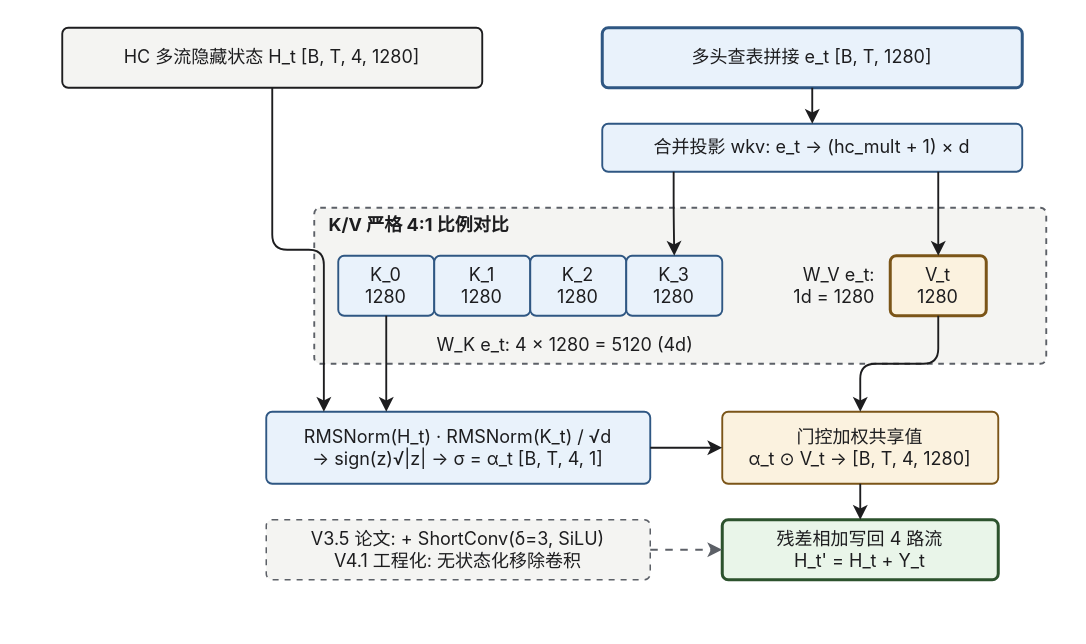
The draw.io diagram src/content/posts/deepseek/07-engram/diagrams/11-engram-layer.drawio in xingcanlee/infra-note, before the edit. Source tidied: cells renumbered, new cells numbered last; positions are measured from the earlier drawing's top-left corner, leaving out a move shared by most shapes. Both pictures are drawn from the tidied source at 150%, with x=0, y=0 at pixel (62, 27).
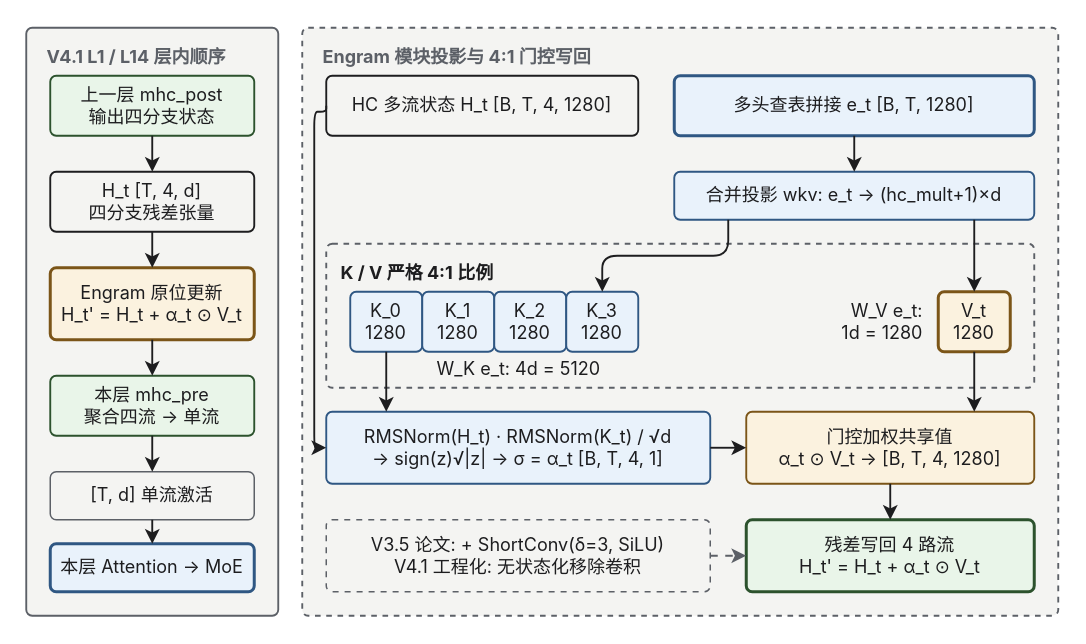
The same page after the edit.

Diff of the diagram source:
```diff
@@
+    <mxCell id="27" value="V4.1 L1 / L14 层内顺序" style="rounded=1;absoluteArcSize=1;arcSize=8;whiteSpace=wrap;html=1;fillColor=#f4f4f2;strokeColor=#5c6067;strokeWidth=1.25;verticalAlign=top;align=left;spacingLeft=12;spacingTop=6;fontFamily=Inter;fontSize=12;fontStyle=1;fontColor=#5c6067;" parent="1" vertex="1">
+      <mxGeometry x="-24" width="168" height="392" as="geometry" />
+    </mxCell>
+    <mxCell id="28" value="上一层 mhc_post&lt;br&gt;输出四分支状态" style="rounded=1;absoluteArcSize=1;arcSize=8;whiteSpace=wrap;html=1;fillColor=#e9f5e9;strokeColor=#2c522d;strokeWidth=1.25;align=center;verticalAlign=middle;spacing=4;fontFamily=Inter;fontSize=12;fontColor=#1d1d1f;" parent="1" vertex="1">
+      <mxGeometry x="-8" y="32" width="136" height="40" as="geometry" />
+    </mxCell>
+    <mxCell id="29" value="H_t [T, 4, d]&lt;br&gt;四分支残差张量" style="rounded=1;absoluteArcSize=1;arcSize=8;whiteSpace=wrap;html=1;fillColor=#f4f4f2;strokeColor=#1d1d1f;strokeWidth=1.25;align=center;verticalAlign=middle;spacing=4;fontFamily=Inter;fontSize=12;fontColor=#1d1d1f;" parent="1" vertex="1">
+      <mxGeometry x="-8" y="96" width="136" height="40" as="geometry" />
+    </mxCell>
+    <mxCell id="30" value="Engram 原位更新&lt;br&gt;H_t' = H_t + α_t ⊙ V_t" style="rounded=1;absoluteArcSize=1;arcSize=8;whiteSpace=wrap;html=1;fillColor=#fbf2df;strokeColor=#7b5518;strokeWidth=2;align=center;verticalAlign=middle;spacing=4;fontFamily=Inter;fontSize=12;fontColor=#1d1d1f;" parent="1" vertex="1">
+      <mxGeometry x="-8" y="160" width="136" height="48" as="geometry" />
+    </mxCell>
+    <mxCell id="31" value="本层 mhc_pre&lt;br&gt;聚合四流 → 单流" style="rounded=1;absoluteArcSize=1;arcSize=8;whiteSpace=wrap;html=1;fillColor=#e9f5e9;strokeColor=#2c522d;strokeWidth=1.25;align=center;verticalAlign=middle;spacing=4;fontFamily=Inter;fontSize=12;fontColor=#1d1d1f;" parent="1" vertex="1">
+      <mxGeometry x="-8" y="232" width="136" height="40" as="geometry" />
+    </mxCell>
+    <mxCell id="32" value="[T, d] 单流激活" style="rounded=1;absoluteArcSize=1;arcSize=8;whiteSpace=wrap;html=1;fillColor=#f4f4f2;strokeColor=#5c6067;strokeWidth=1;align=center;verticalAlign=middle;spacing=4;fontFamily=Inter;fontSize=12;fontColor=#1d1d1f;" parent="1" vertex="1">
+      <mxGeometry x="-8" y="296" width="136" height="32" as="geometry" />
+    </mxCell>
+    <mxCell id="33" value="本层 Attention → MoE" style="rounded=1;absoluteArcSize=1;arcSize=8;whiteSpace=wrap;html=1;fillColor=#e9f2fb;strokeColor=#2f5783;strokeWidth=2;align=center;verticalAlign=middle;spacing=4;fontFamily=Inter;fontSize=12;fontColor=#1d1d1f;" parent="1" vertex="1">
+      <mxGeometry x="-8" y="344" width="136" height="32" as="geometry" />
+    </mxCell>
+    <mxCell id="34" style="endArrow=classic;startArrow=none;html=1;strokeColor=#1d1d1f;strokeWidth=1.25;edgeStyle=orthogonalEdgeStyle;rounded=1;" parent="1" edge="1" source="28" target="29">
+      <mxGeometry relative="1" as="geometry" />
+    </mxCell>
+    <mxCell id="35" style="endArrow=classic;startArrow=none;html=1;strokeColor=#1d1d1f;strokeWidth=1.25;edgeStyle=orthogonalEdgeStyle;rounded=1;" parent="1" edge="1" source="29" target="30">
+      <mxGeometry relative="1" as="geometry" />
+    </mxCell>
+    <mxCell id="36" style="endArrow=classic;startArrow=none;html=1;strokeColor=#1d1d1f;strokeWidth=1.25;edgeStyle=orthogonalEdgeStyle;rounded=1;" parent="1" edge="1" source="30" target="31">
+      <mxGeometry relative="1" as="geometry" />
+    </mxCell>
+    <mxCell id="37" style="endArrow=classic;startArrow=none;html=1;strokeColor=#1d1d1f;strokeWidth=1.25;edgeStyle=orthogonalEdgeStyle;rounded=1;" parent="1" edge="1" source="31" target="32">
+      <mxGeometry relative="1" as="geometry" />
+    </mxCell>
+    <mxCell id="38" style="endArrow=classic;startArrow=none;html=1;strokeColor=#1d1d1f;strokeWidth=1.25;edgeStyle=orthogonalEdgeStyle;rounded=1;" parent="1" edge="1" source="32" target="33">
+      <mxGeometry relative="1" as="geometry" />
+    </mxCell>
+    <mxCell id="39" value="Engram 模块投影与 4:1 门控写回" style="rounded=1;absoluteArcSize=1;arcSize=8;whiteSpace=wrap;html=1;fillColor=#f4f4f2;strokeColor=#5c6067;strokeWidth=1.25;dashed=1;verticalAlign=top;align=left;spacingLeft=12;spacingTop=6;fontFamily=Inter;fontSize=12;fontStyle=1;fontColor=#5c6067;" parent="1" vertex="1">
+      <mxGeometry x="160" width="504" height="392" as="geometry" />
+    </mxCell>
-    <mxCell id="2" value="HC 多流隐藏状态 H_t [B, T, 4, 1280]" style="rounded=1;absoluteArcSize=1;arcSize=8;whiteSpace=wrap;html=1;fillColor=#f4f4f2;strokeColor=#1d1d1f;strokeWidth=1.25;align=center;verticalAlign=middle;spacing=4;fontFamily=Inter;fontSize=12;fontColor=#1d1d1f;" parent="1" vertex="1">
-      <mxGeometry width="280" height="40" as="geometry" />
+    <mxCell id="2" value="HC 多流状态 H_t [B, T, 4, 1280]" style="rounded=1;absoluteArcSize=1;arcSize=8;whiteSpace=wrap;html=1;fillColor=#f4f4f2;strokeColor=#1d1d1f;strokeWidth=1.25;align=center;verticalAlign=middle;spacing=4;fontFamily=Inter;fontSize=12;fontColor=#1d1d1f;" parent="1" vertex="1">
+      <mxGeometry x="176" y="32" width="208" height="40" as="geometry" />
     </mxCell>
     <mxCell id="3" value="多头查表拼接 e_t [B, T, 1280]" style="rounded=1;absoluteArcSize=1;arcSize=8;whiteSpace=wrap;html=1;fillColor=#e9f2fb;strokeColor=#2f5783;strokeWidth=2;align=center;verticalAlign=middle;spacing=4;fontFamily=Inter;fontSize=12;fontColor=#1d1d1f;" parent="1" vertex="1">
-      <mxGeometry x="360" width="280" height="40" as="geometry" />
+      <mxGeometry x="408" y="32" width="240" height="40" as="geometry" />
     </mxCell>
-    <mxCell id="4" value="合并投影 wkv: e_t -&amp;gt; (hc_mult + 1) × d" style="rounded=1;absoluteArcSize=1;arcSize=8;whiteSpace=wrap;html=1;fillColor=#e9f2fb;strokeColor=#2f5783;strokeWidth=1.25;align=center;verticalAlign=middle;spacing=4;fontFamily=Inter;fontSize=12;fontColor=#1d1d1f;" parent="1" vertex="1">
-      <mxGeometry x="360" y="64" width="280" height="32" as="geometry" />
+    <mxCell id="4" value="合并投影 wkv: e_t → (hc_mult+1)×d" style="rounded=1;absoluteArcSize=1;arcSize=8;whiteSpace=wrap;html=1;fillColor=#e9f2fb;strokeColor=#2f5783;strokeWidth=1.25;align=center;verticalAlign=middle;spacing=4;fontFamily=Inter;fontSize=12;fontColor=#1d1d1f;" parent="1" vertex="1">
+      <mxGeometry x="408" y="96" width="240" height="32" as="geometry" />
     </mxCell>
@@
     <mxCell id="6" style="rounded=1;absoluteArcSize=1;arcSize=8;whiteSpace=wrap;html=1;fillColor=#f4f4f2;strokeColor=#5c6067;strokeWidth=1.25;dashed=1;verticalAlign=top;align=left;spacingLeft=12;spacingTop=6;fontFamily=Inter;fontSize=12;fontStyle=1;fontColor=#5c6067;" parent="1" vertex="1">
-      <mxGeometry x="168" y="120" width="488" height="104" as="geometry" />
+      <mxGeometry x="176" y="144" width="472" height="96" as="geometry" />
     </mxCell>
-    <mxCell id="7" value="K/V 严格 4:1 比例对比" style="text;html=1;whiteSpace=wrap;align=left;verticalAlign=middle;fontFamily=Inter;fontSize=12;fontStyle=1;fontColor=#1d1d1f;" parent="1" vertex="1">
-      <mxGeometry x="176" y="120" width="176" height="24" as="geometry" />
+    <mxCell id="7" value="K / V 严格 4:1 比例" style="text;html=1;whiteSpace=wrap;align=left;verticalAlign=middle;fontFamily=Inter;fontSize=12;fontStyle=1;fontColor=#1d1d1f;" parent="1" vertex="1">
+      <mxGeometry x="184" y="152" width="160" height="24" as="geometry" />
     </mxCell>
     <mxCell id="8" value="K_0&lt;br&gt;1280" style="rounded=1;absoluteArcSize=1;arcSize=8;whiteSpace=wrap;html=1;fillColor=#e9f2fb;strokeColor=#2f5783;strokeWidth=1.25;align=center;verticalAlign=middle;spacing=4;fontFamily=Inter;fontSize=12;fontColor=#1d1d1f;" parent="1" vertex="1">
-      <mxGeometry x="184" y="152" width="64" height="40" as="geometry" />
+      <mxGeometry x="192" y="176" width="48" height="40" as="geometry" />
     </mxCell>
     <mxCell id="9" value="K_1&lt;br&gt;1280" style="rounded=1;absoluteArcSize=1;arcSize=8;whiteSpace=wrap;html=1;fillColor=#e9f2fb;strokeColor=#2f5783;strokeWidth=1.25;align=center;verticalAlign=middle;spacing=4;fontFamily=Inter;fontSize=12;fontColor=#1d1d1f;" parent="1" vertex="1">
-      <mxGeometry x="248" y="152" width="64" height="40" as="geometry" />
+      <mxGeometry x="240" y="176" width="48" height="40" as="geometry" />
     </mxCell>
     <mxCell id="10" value="K_2&lt;br&gt;1280" style="rounded=1;absoluteArcSize=1;arcSize=8;whiteSpace=wrap;html=1;fillColor=#e9f2fb;strokeColor=#2f5783;strokeWidth=1.25;align=center;verticalAlign=middle;spacing=4;fontFamily=Inter;fontSize=12;fontColor=#1d1d1f;" parent="1" vertex="1">
-      <mxGeometry x="312" y="152" width="64" height="40" as="geometry" />
+      <mxGeometry x="288" y="176" width="48" height="40" as="geometry" />
     </mxCell>
     <mxCell id="11" value="K_3&lt;br&gt;1280" style="rounded=1;absoluteArcSize=1;arcSize=8;whiteSpace=wrap;html=1;fillColor=#e9f2fb;strokeColor=#2f5783;strokeWidth=1.25;align=center;verticalAlign=middle;spacing=4;fontFamily=Inter;fontSize=12;fontColor=#1d1d1f;" parent="1" vertex="1">
-      <mxGeometry x="376" y="152" width="64" height="40" as="geometry" />
+      <mxGeometry x="336" y="176" width="48" height="40" as="geometry" />
     </mxCell>
-    <mxCell id="12" value="W_K e_t: 4 × 1280 = 5120 (4d)" style="text;html=1;whiteSpace=wrap;align=left;verticalAlign=middle;fontFamily=Inter;fontSize=12;fontColor=#1d1d1f;" parent="1" vertex="1">
-      <mxGeometry x="248" y="200" width="192" height="24" as="geometry" />
+    <mxCell id="12" value="W_K e_t: 4d = 5120" style="text;html=1;whiteSpace=wrap;align=left;verticalAlign=middle;fontFamily=Inter;fontSize=12;fontColor=#1d1d1f;" parent="1" vertex="1">
+      <mxGeometry x="248" y="216" width="160" height="24" as="geometry" />
     </mxCell>
     <mxCell id="13" value="W_V e_t:&lt;br&gt;1d = 1280" style="text;html=1;whiteSpace=wrap;align=right;verticalAlign=middle;fontFamily=Inter;fontSize=12;fontColor=#1d1d1f;" parent="1" vertex="1">
-      <mxGeometry x="456" y="152" width="88" height="40" as="geometry" />
+      <mxGeometry x="472" y="176" width="104" height="40" as="geometry" />
     </mxCell>
     <mxCell id="14" value="V_t&lt;br&gt;1280" style="rounded=1;absoluteArcSize=1;arcSize=8;whiteSpace=wrap;html=1;fillColor=#fbf2df;strokeColor=#7b5518;strokeWidth=2;align=center;verticalAlign=middle;spacing=4;fontFamily=Inter;fontSize=12;fontColor=#1d1d1f;" parent="1" vertex="1">
-      <mxGeometry x="552" y="152" width="64" height="40" as="geometry" />
+      <mxGeometry x="584" y="176" width="48" height="40" as="geometry" />
     </mxCell>
-    <mxCell id="15" style="endArrow=classic;startArrow=none;html=1;strokeColor=#1d1d1f;strokeWidth=1.25;edgeStyle=orthogonalEdgeStyle;rounded=1;exitX=0.17;exitY=1.0;exitDx=0;exitDy=0;entryX=0.5;entryY=0.0;entryDx=0;entryDy=0;" parent="1" edge="1" source="4" target="11">
+    <mxCell id="15" style="endArrow=classic;startArrow=none;html=1;strokeColor=#1d1d1f;strokeWidth=1.25;edgeStyle=orthogonalEdgeStyle;rounded=1;exitX=0.15;exitY=1.0;exitDx=0;exitDy=0;entryX=0.5;entryY=0.0;entryDx=0;entryDy=0;" parent="1" edge="1" source="4" target="11">
       <mxGeometry relative="1" as="geometry" />
     </mxCell>
-    <mxCell id="16" style="endArrow=classic;startArrow=none;html=1;strokeColor=#1d1d1f;strokeWidth=1.25;edgeStyle=orthogonalEdgeStyle;rounded=1;exitX=0.8;exitY=1.0;exitDx=0;exitDy=0;entryX=0.5;entryY=0.0;entryDx=0;entryDy=0;" parent="1" edge="1" source="4" target="14">
+    <mxCell id="16" style="endArrow=classic;startArrow=none;html=1;strokeColor=#1d1d1f;strokeWidth=1.25;edgeStyle=orthogonalEdgeStyle;rounded=1;exitX=0.8333333333333334;exitY=1.0;exitDx=0;exitDy=0;entryX=0.5;entryY=0.0;entryDx=0;entryDy=0;" parent="1" edge="1" source="4" target="14">
       <mxGeometry relative="1" as="geometry" />
     </mxCell>
-    <mxCell id="17" value="RMSNorm(H_t) · RMSNorm(K_t) / √d&lt;br&gt;-&amp;gt; sign(z)√|z| -&amp;gt; σ = α_t [B, T, 4, 1]" style="rounded=1;absoluteArcSize=1;arcSize=8;whiteSpace=wrap;html=1;fillColor=#e9f2fb;strokeColor=#2f5783;strokeWidth=1.25;align=center;verticalAlign=middle;spacing=4;fontFamily=Inter;fontSize=12;fontColor=#1d1d1f;" parent="1" vertex="1">
-      <mxGeometry x="136" y="256" width="256" height="48" as="geometry" />
+    <mxCell id="17" value="RMSNorm(H_t) · RMSNorm(K_t) / √d&lt;br&gt;→ sign(z)√|z| → σ = α_t [B, T, 4, 1]" style="rounded=1;absoluteArcSize=1;arcSize=8;whiteSpace=wrap;html=1;fillColor=#e9f2fb;strokeColor=#2f5783;strokeWidth=1.25;align=center;verticalAlign=middle;spacing=4;fontFamily=Inter;fontSize=12;fontColor=#1d1d1f;" parent="1" vertex="1">
+      <mxGeometry x="176" y="256" width="256" height="48" as="geometry" />
     </mxCell>
-    <mxCell id="18" value="门控加权共享值&lt;br&gt;α_t ⊙ V_t -&amp;gt; [B, T, 4, 1280]" style="rounded=1;absoluteArcSize=1;arcSize=8;whiteSpace=wrap;html=1;fillColor=#fbf2df;strokeColor=#7b5518;strokeWidth=1.25;align=center;verticalAlign=middle;spacing=4;fontFamily=Inter;fontSize=12;fontColor=#1d1d1f;" parent="1" vertex="1">
-      <mxGeometry x="440" y="256" width="184" height="48" as="geometry" />
+    <mxCell id="18" value="门控加权共享值&lt;br&gt;α_t ⊙ V_t → [B, T, 4, 1280]" style="rounded=1;absoluteArcSize=1;arcSize=8;whiteSpace=wrap;html=1;fillColor=#fbf2df;strokeColor=#7b5518;strokeWidth=1.25;align=center;verticalAlign=middle;spacing=4;fontFamily=Inter;fontSize=12;fontColor=#1d1d1f;" parent="1" vertex="1">
+      <mxGeometry x="456" y="256" width="192" height="48" as="geometry" />
     </mxCell>
-    <mxCell id="19" style="endArrow=classic;startArrow=none;html=1;strokeColor=#1d1d1f;strokeWidth=1.25;edgeStyle=orthogonalEdgeStyle;rounded=1;exitX=0.5;exitY=1.0;exitDx=0;exitDy=0;entryX=0.15;entryY=0.0;entryDx=0;entryDy=0;" parent="1" edge="1" source="2" target="17">
-      <mxGeometry relative="1" as="geometry" />
+    <mxCell id="19" style="endArrow=classic;startArrow=none;html=1;strokeColor=#1d1d1f;strokeWidth=1.25;edgeStyle=orthogonalEdgeStyle;rounded=1;exitX=0.0;exitY=0.5;exitDx=0;exitDy=0;entryX=0.0;entryY=0.5;entryDx=0;entryDy=0;" parent="1" edge="1" source="2" target="17">
+      <mxGeometry relative="1" as="geometry">
+        <Array as="points">
+          <mxPoint x="168" y="56" />
+          <mxPoint x="168" y="280" />
+        </Array>
+      </mxGeometry>
     </mxCell>
-    <mxCell id="20" style="endArrow=classic;startArrow=none;html=1;strokeColor=#1d1d1f;strokeWidth=1.25;edgeStyle=orthogonalEdgeStyle;rounded=1;exitX=0.5;exitY=1.0;exitDx=0;exitDy=0;entryX=0.3125;entryY=0.0;entryDx=0;entryDy=0;" parent="1" edge="1" source="8" target="17">
+    <mxCell id="20" style="endArrow=classic;startArrow=none;html=1;strokeColor=#1d1d1f;strokeWidth=1.25;edgeStyle=orthogonalEdgeStyle;rounded=1;exitX=0.5;exitY=1.0;exitDx=0;exitDy=0;entryX=0.15625;entryY=0.0;entryDx=0;entryDy=0;" parent="1" edge="1" source="8" target="17">
       <mxGeometry relative="1" as="geometry" />
     </mxCell>
@@
-    <mxCell id="22" style="endArrow=classic;startArrow=none;html=1;strokeColor=#1d1d1f;strokeWidth=1.25;edgeStyle=orthogonalEdgeStyle;rounded=1;exitX=0.5;exitY=1.0;exitDx=0;exitDy=0;entryX=0.5;entryY=0.0;entryDx=0;entryDy=0;" parent="1" edge="1" source="14" target="18">
+    <mxCell id="22" style="endArrow=classic;startArrow=none;html=1;strokeColor=#1d1d1f;strokeWidth=1.25;edgeStyle=orthogonalEdgeStyle;rounded=1;exitX=0.5;exitY=1.0;exitDx=0;exitDy=0;entryX=0.7916666666666666;entryY=0.0;entryDx=0;entryDy=0;" parent="1" edge="1" source="14" target="18">
       <mxGeometry relative="1" as="geometry" />
     </mxCell>
     <mxCell id="23" value="V3.5 论文: + ShortConv(δ=3, SiLU)&lt;br&gt;V4.1 工程化: 无状态化移除卷积" style="rounded=1;absoluteArcSize=1;arcSize=8;whiteSpace=wrap;html=1;fillColor=#f4f4f2;strokeColor=#5c6067;strokeWidth=1;dashed=1;dashPattern=4 4;align=center;verticalAlign=middle;spacing=4;fontFamily=Inter;fontSize=12;fontColor=#1d1d1f;" parent="1" vertex="1">
-      <mxGeometry x="136" y="328" width="256" height="40" as="geometry" />
+      <mxGeometry x="176" y="328" width="256" height="48" as="geometry" />
     </mxCell>
-    <mxCell id="24" value="残差相加写回 4 路流&lt;br&gt;H_t' = H_t + Y_t" style="rounded=1;absoluteArcSize=1;arcSize=8;whiteSpace=wrap;html=1;fillColor=#e9f5e9;strokeColor=#2c522d;strokeWidth=2;align=center;verticalAlign=middle;spacing=4;fontFamily=Inter;fontSize=12;fontColor=#1d1d1f;" parent="1" vertex="1">
-      <mxGeometry x="440" y="328" width="184" height="40" as="geometry" />
+    <mxCell id="24" value="残差写回 4 路流&lt;br&gt;H_t' = H_t + α_t ⊙ V_t" style="rounded=1;absoluteArcSize=1;arcSize=8;whiteSpace=wrap;html=1;fillColor=#e9f5e9;strokeColor=#2c522d;strokeWidth=2;align=center;verticalAlign=middle;spacing=4;fontFamily=Inter;fontSize=12;fontColor=#1d1d1f;" parent="1" vertex="1">
+      <mxGeometry x="456" y="328" width="192" height="48" as="geometry" />
     </mxCell>
```
